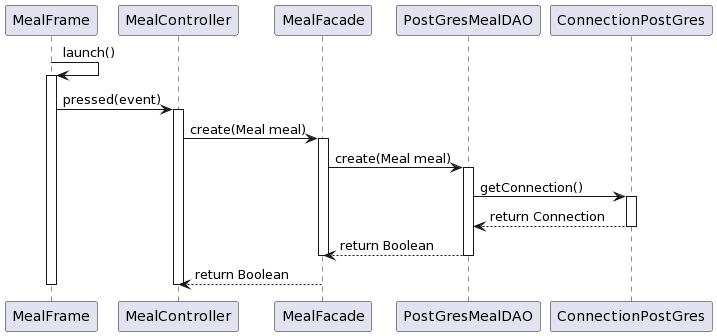
thmsfnr/Simplify keeps this PlantUML diagram as diagrammes/Meal/sequence-meal-create.png. Above is the earlier version. Its diagram source:
```plantuml
@startuml
MealFrame -> MealFrame : launch()
activate MealFrame

MealFrame -> MealController: pressed(event)
activate MealController

MealController -> MealFacade: create(Meal meal)
activate MealFacade

MealFacade -> PostGresMealDAO : create(Meal meal)
activate PostGresMealDAO

PostGresMealDAO -> ConnectionPostGres : getConnection()
activate ConnectionPostGres
ConnectionPostGres --> PostGresMealDAO : return Connection
deactivate ConnectionPostGres
PostGresMealDAO --> MealFacade : return Boolean
deactivate PostGresMealDAO
deactivate MealFacade

MealFacade --> MealController : return Boolean
deactivate MealController
deactivate MealFrame
@enduml
```
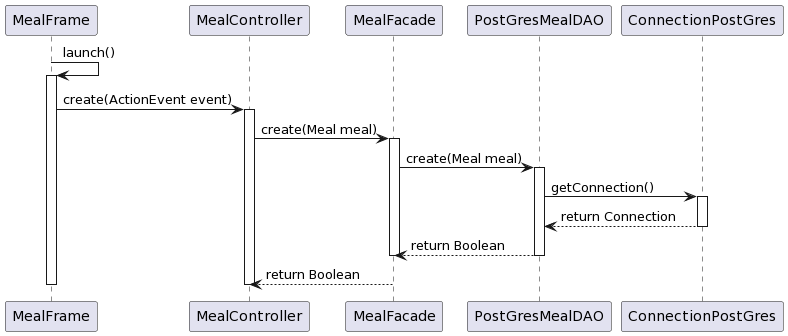
After the change.

Commit message:
correction diagramme classe et sequence meal

What changed in the source:
```diff
@@ -2,7 +2,7 @@
 MealFrame -> MealFrame : launch()
 activate MealFrame
 
-MealFrame -> MealController: pressed(event)
+MealFrame -> MealController: create(ActionEvent event)
 activate MealController
 
 MealController -> MealFacade: create(Meal meal)
```
